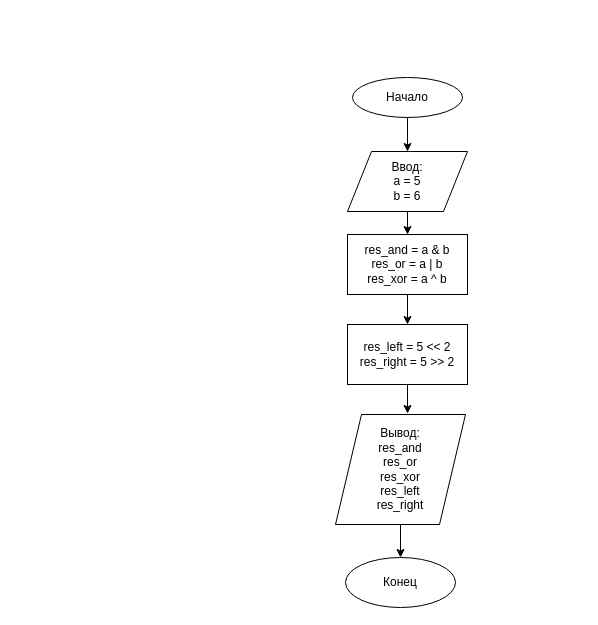
Before: page "task_1" (1 of 7) of les1/les_1.drawio in damkh/gb_py_alg_2020-07, a draw.io diagram. Source tidied: cells renumbered, new cells numbered last; positions are measured from the earlier drawing's top-left corner, leaving out a move shared by most shapes. Both pictures are drawn from the tidied source at 100%, with x=0, y=0 at pixel (335, 77).
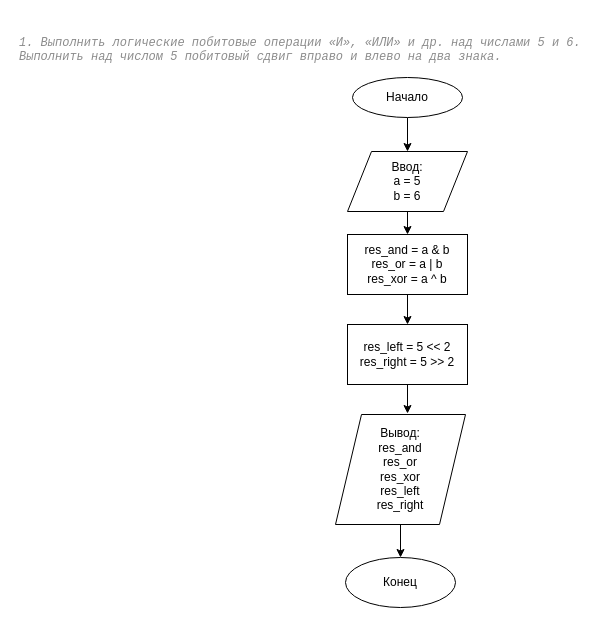
The same page after the edit.

Change to the diagram source:
```diff
@@
 <mxGraphModel>
   <root>
     <mxCell id="0" />
     <mxCell id="1" parent="0" />
     <mxCell id="2" style="edgeStyle=orthogonalEdgeStyle;rounded=0;jettySize=auto;html=1;entryX=0.5;entryY=0;entryDx=0;entryDy=0;" parent="1" edge="1" source="3" target="5">
       <mxGeometry relative="1" as="geometry" />
     </mxCell>
     <mxCell id="3" value="Начало" style="ellipse;whiteSpace=wrap;html=1;" parent="1" vertex="1">
       <mxGeometry x="17" width="110" height="40" as="geometry" />
     </mxCell>
     <mxCell id="4" style="edgeStyle=orthogonalEdgeStyle;rounded=0;jettySize=auto;html=1;entryX=0.5;entryY=0;entryDx=0;entryDy=0;" parent="1" edge="1" source="5" target="7">
       <mxGeometry relative="1" as="geometry" />
     </mxCell>
     <mxCell id="5" value="Ввод:&lt;br&gt;&lt;div&gt;a = 5&lt;/div&gt;&lt;div&gt;b = 6&lt;br&gt;&lt;/div&gt;" style="shape=parallelogram;perimeter=parallelogramPerimeter;whiteSpace=wrap;html=1;" parent="1" vertex="1">
       <mxGeometry x="12" y="74" width="120" height="60" as="geometry" />
     </mxCell>
     <mxCell id="6" style="edgeStyle=orthogonalEdgeStyle;rounded=0;jettySize=auto;html=1;entryX=0.5;entryY=0;entryDx=0;entryDy=0;" parent="1" edge="1" source="7" target="11">
       <mxGeometry relative="1" as="geometry" />
     </mxCell>
     <mxCell id="7" value="&lt;div&gt;res_and = a &amp;amp; b&lt;/div&gt;&lt;div&gt;res_or = a | b&lt;br&gt;res_xor = a ^ b&lt;br&gt;&lt;/div&gt;" style="rounded=0;whiteSpace=wrap;html=1;" parent="1" vertex="1">
       <mxGeometry x="12" y="157" width="120" height="60" as="geometry" />
     </mxCell>
     <mxCell id="8" style="edgeStyle=orthogonalEdgeStyle;rounded=0;jettySize=auto;html=1;entryX=0.5;entryY=0;entryDx=0;entryDy=0;" parent="1" edge="1" source="9" target="12">
       <mxGeometry relative="1" as="geometry" />
     </mxCell>
     <mxCell id="9" value="Вывод:&lt;br&gt;&lt;div&gt;res_and&lt;br&gt;&lt;/div&gt;&lt;div&gt;res_or&lt;br&gt;res_xor&lt;/div&gt;res_left&lt;br&gt;res_right" style="shape=parallelogram;perimeter=parallelogramPerimeter;whiteSpace=wrap;html=1;" parent="1" vertex="1">
       <mxGeometry y="337" width="130" height="110" as="geometry" />
     </mxCell>
     <mxCell id="10" style="edgeStyle=orthogonalEdgeStyle;rounded=0;jettySize=auto;html=1;entryX=0.554;entryY=-0.009;entryDx=0;entryDy=0;entryPerimeter=0;" parent="1" edge="1" source="11" target="9">
       <mxGeometry relative="1" as="geometry" />
     </mxCell>
     <mxCell id="11" value="res_left = 5 &amp;lt;&amp;lt; 2&lt;br&gt;res_right = 5 &amp;gt;&amp;gt; 2" style="rounded=0;whiteSpace=wrap;html=1;" parent="1" vertex="1">
       <mxGeometry x="12" y="247" width="120" height="60" as="geometry" />
     </mxCell>
     <mxCell id="12" value="&lt;div&gt;Конец&lt;/div&gt;" style="ellipse;whiteSpace=wrap;html=1;" parent="1" vertex="1">
       <mxGeometry x="10" y="480" width="110" height="50" as="geometry" />
     </mxCell>
+    <mxCell id="13" value="&lt;pre style=&quot;background-color: #ffffff ; color: #080808 ; font-family: &amp;quot;jetbrains mono&amp;quot; , monospace ; font-size: 9 8pt&quot;&gt;&lt;span style=&quot;color: #8c8c8c ; font-style: italic&quot;&gt;1. Выполнить логические побитовые операции «И», «ИЛИ» и др. над числами 5 и 6.&lt;br&gt;&lt;/span&gt;&lt;span style=&quot;color: #8c8c8c ; font-style: italic&quot;&gt;Выполнить над числом 5 побитовый сдвиг вправо и влево на два знака.&lt;/span&gt;&lt;/pre&gt;" style="text;whiteSpace=wrap;html=1;" parent="1" vertex="1">
+      <mxGeometry x="-318" y="-60" width="550" height="70" as="geometry" />
+    </mxCell>
   </root>
 </mxGraphModel>
```
